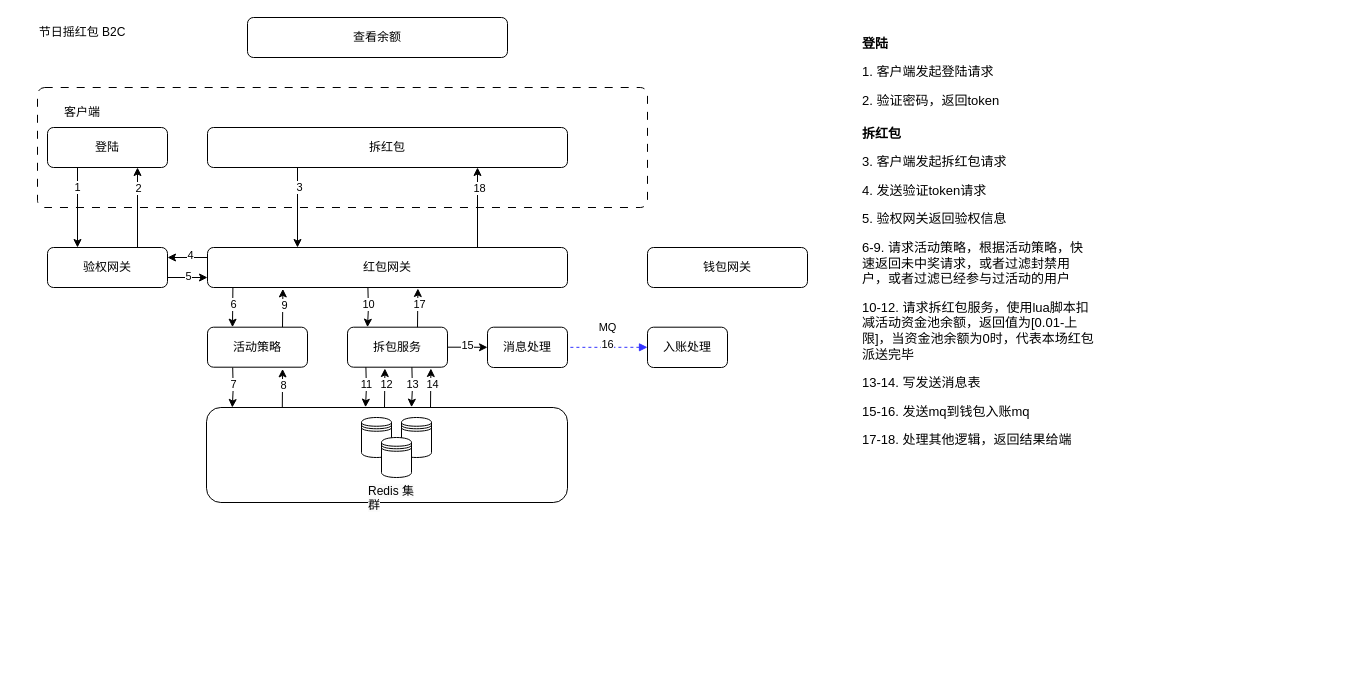
The draw.io diagram 抢红包系统设计.drawio in BacklitCat/Architecture, before the edit. Source tidied: cells renumbered, new cells numbered last; positions are measured from the earlier drawing's top-left corner, leaving out a move shared by most shapes. Both pictures are drawn from the tidied source at 100%, with x=0, y=0 at pixel (17, 17).
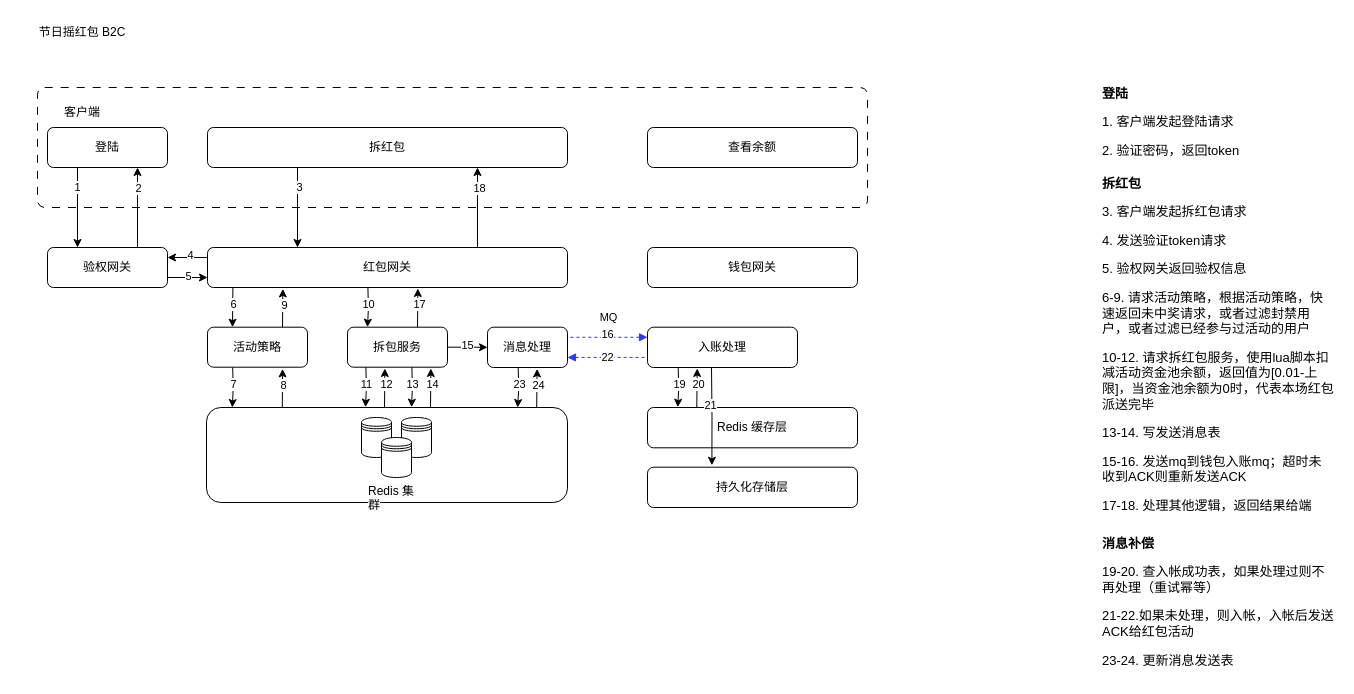
After the change.

Commit message (it also covers changes not shown here):
更新抢红包系统设计.drawio

Unchanged cells that the change refers to:
```xml
<mxCell id="59" value="消息处理" style="rounded=1;whiteSpace=wrap;html=1;" parent="1" vertex="1">
  <mxGeometry x="470" y="309.7" width="80" height="40.3" as="geometry" />
</mxCell>
```

The edit, as a diff of the source:
```diff
@@
     <mxCell id="2" style="rounded=1;whiteSpace=wrap;html=1;fillColor=none;arcSize=6;dashed=1;dashPattern=8 8;" parent="1" vertex="1">
-      <mxGeometry x="20" y="70" width="610" height="120" as="geometry" />
+      <mxGeometry x="20" y="70" width="830" height="120" as="geometry" />
     </mxCell>
@@
     <mxCell id="10" value="查看余额" style="rounded=1;whiteSpace=wrap;html=1;" parent="1" vertex="1">
-      <mxGeometry x="230" width="260" height="40" as="geometry" />
+      <mxGeometry x="630" y="110" width="210" height="40" as="geometry" />
     </mxCell>
@@
     <mxCell id="14" value="钱包网关" style="rounded=1;whiteSpace=wrap;html=1;" parent="1" vertex="1">
-      <mxGeometry x="630" y="230" width="160" height="40" as="geometry" />
+      <mxGeometry x="630" y="230" width="210" height="40" as="geometry" />
     </mxCell>
@@
     <mxCell id="26" value="&lt;h1 style=&quot;font-size: 13px;&quot;&gt;&lt;font style=&quot;font-size: 13px;&quot;&gt;登陆&lt;/font&gt;&lt;/h1&gt;&lt;p style=&quot;font-size: 13px;&quot;&gt;&lt;font style=&quot;font-size: 13px;&quot;&gt;1. 客户端发起登陆请求&lt;/font&gt;&lt;/p&gt;&lt;p style=&quot;font-size: 13px;&quot;&gt;&lt;font style=&quot;font-size: 13px;&quot;&gt;2.&amp;nbsp;&lt;/font&gt;&lt;span style=&quot;background-color: initial;&quot;&gt;验证密码，返回token&lt;/span&gt;&lt;/p&gt;" style="text;html=1;strokeColor=none;fillColor=none;spacing=5;spacingTop=-20;whiteSpace=wrap;overflow=hidden;rounded=0;" parent="1" vertex="1">
-      <mxGeometry x="840" y="20" width="220" height="80" as="geometry" />
+      <mxGeometry x="1080" y="70" width="220" height="80" as="geometry" />
     </mxCell>
-    <mxCell id="27" value="&lt;h1 style=&quot;font-size: 13px;&quot;&gt;&lt;font style=&quot;font-size: 13px;&quot;&gt;拆红包&lt;/font&gt;&lt;/h1&gt;&lt;p style=&quot;font-size: 13px;&quot;&gt;&lt;font style=&quot;font-size: 13px;&quot;&gt;3. 客户端发起拆红包请求&lt;/font&gt;&lt;/p&gt;&lt;p style=&quot;font-size: 13px;&quot;&gt;&lt;font style=&quot;font-size: 13px;&quot;&gt;4. 发送&lt;/font&gt;&lt;span style=&quot;background-color: initial;&quot;&gt;验证token请求&lt;/span&gt;&lt;/p&gt;&lt;p style=&quot;font-size: 13px;&quot;&gt;&lt;span style=&quot;background-color: initial;&quot;&gt;5. 验权网关返回验权信息&lt;/span&gt;&lt;/p&gt;&lt;p style=&quot;font-size: 13px;&quot;&gt;&lt;span style=&quot;background-color: initial;&quot;&gt;6-9. 请求活动策略，&lt;/span&gt;&lt;span style=&quot;background-color: initial;&quot;&gt;根据活动策略，快速返回未中奖请求，或者过滤封禁用户，或者过滤已经参与过活动的用户&lt;/span&gt;&lt;/p&gt;&lt;p style=&quot;font-size: 13px;&quot;&gt;&lt;span style=&quot;background-color: initial;&quot;&gt;10-12. 请求拆红包服务，使用lua脚本扣减活动资金池余额，返回值为[0.01-上限]，当资金池余额为0时，代表本场红包派送完毕&lt;/span&gt;&lt;/p&gt;&lt;p style=&quot;font-size: 13px;&quot;&gt;&lt;span style=&quot;background-color: initial;&quot;&gt;13-14. 写发送消息表&lt;/span&gt;&lt;/p&gt;&lt;p style=&quot;font-size: 13px;&quot;&gt;&lt;span style=&quot;background-color: initial;&quot;&gt;15-16. 发送mq到钱包入账mq&lt;/span&gt;&lt;/p&gt;&lt;p style=&quot;font-size: 13px;&quot;&gt;&lt;span style=&quot;background-color: initial;&quot;&gt;17-18. 处理其他逻辑，返回结果给端&lt;/span&gt;&lt;span style=&quot;background-color: initial;&quot;&gt;&amp;nbsp;&lt;/span&gt;&lt;/p&gt;" style="text;html=1;strokeColor=none;fillColor=none;spacing=5;spacingTop=-20;whiteSpace=wrap;overflow=hidden;rounded=0;" parent="1" vertex="1">
-      <mxGeometry x="840" y="110" width="240" height="330" as="geometry" />
+    <mxCell id="27" value="&lt;h1 style=&quot;font-size: 13px;&quot;&gt;&lt;font style=&quot;font-size: 13px;&quot;&gt;拆红包&lt;/font&gt;&lt;/h1&gt;&lt;p style=&quot;font-size: 13px;&quot;&gt;&lt;font style=&quot;font-size: 13px;&quot;&gt;3. 客户端发起拆红包请求&lt;/font&gt;&lt;/p&gt;&lt;p style=&quot;font-size: 13px;&quot;&gt;&lt;font style=&quot;font-size: 13px;&quot;&gt;4. 发送&lt;/font&gt;&lt;span style=&quot;background-color: initial;&quot;&gt;验证token请求&lt;/span&gt;&lt;/p&gt;&lt;p style=&quot;font-size: 13px;&quot;&gt;&lt;span style=&quot;background-color: initial;&quot;&gt;5. 验权网关返回验权信息&lt;/span&gt;&lt;/p&gt;&lt;p style=&quot;font-size: 13px;&quot;&gt;&lt;span style=&quot;background-color: initial;&quot;&gt;6-9. 请求活动策略，&lt;/span&gt;&lt;span style=&quot;background-color: initial;&quot;&gt;根据活动策略，快速返回未中奖请求，或者过滤封禁用户，或者过滤已经参与过活动的用户&lt;/span&gt;&lt;/p&gt;&lt;p style=&quot;font-size: 13px;&quot;&gt;&lt;span style=&quot;background-color: initial;&quot;&gt;10-12. 请求拆红包服务，使用lua脚本扣减活动资金池余额，返回值为[0.01-上限]，当资金池余额为0时，代表本场红包派送完毕&lt;/span&gt;&lt;/p&gt;&lt;p style=&quot;font-size: 13px;&quot;&gt;&lt;span style=&quot;background-color: initial;&quot;&gt;13-14. 写发送消息表&lt;/span&gt;&lt;/p&gt;&lt;p style=&quot;font-size: 13px;&quot;&gt;&lt;span style=&quot;background-color: initial;&quot;&gt;15-16. 发送mq到钱包入账mq；超时未收到ACK则重新发送ACK&lt;/span&gt;&lt;/p&gt;&lt;p style=&quot;font-size: 13px;&quot;&gt;&lt;span style=&quot;background-color: initial;&quot;&gt;17-18. 处理其他逻辑，返回结果给端&lt;/span&gt;&lt;span style=&quot;background-color: initial;&quot;&gt;&amp;nbsp;&lt;/span&gt;&lt;/p&gt;" style="text;html=1;strokeColor=none;fillColor=none;spacing=5;spacingTop=-20;whiteSpace=wrap;overflow=hidden;rounded=0;" parent="1" vertex="1">
+      <mxGeometry x="1080" y="160" width="240" height="350" as="geometry" />
     </mxCell>
@@
-    <mxCell id="51" style="edgeStyle=orthogonalEdgeStyle;rounded=0;jettySize=auto;html=1;startArrow=block;endArrow=none;endFill=0;dashed=1;strokeColor=#3333FF;entryX=1;entryY=0.5;entryDx=0;entryDy=0;" parent="1" edge="1" source="54" target="59">
+    <mxCell id="51" style="edgeStyle=orthogonalEdgeStyle;rounded=0;jettySize=auto;html=1;startArrow=block;endArrow=none;endFill=0;dashed=1;strokeColor=#3333FF;entryX=1;entryY=0.25;entryDx=0;entryDy=0;exitX=0;exitY=0.25;exitDx=0;exitDy=0;" parent="1" edge="1" source="54" target="59">
       <mxGeometry relative="1" as="geometry" />
     </mxCell>
@@
     <mxCell id="54" value="入账处理" style="rounded=1;whiteSpace=wrap;html=1;" parent="1" vertex="1">
-      <mxGeometry x="630" y="309.7" width="80" height="40.3" as="geometry" />
+      <mxGeometry x="630" y="309.7" width="150" height="40.3" as="geometry" />
     </mxCell>
@@
+    <mxCell id="60" style="edgeStyle=orthogonalEdgeStyle;rounded=0;jettySize=auto;html=1;startArrow=block;endArrow=none;endFill=0;dashed=1;strokeColor=#3333FF;entryX=0;entryY=0.75;entryDx=0;entryDy=0;exitX=1;exitY=0.75;exitDx=0;exitDy=0;" parent="1" edge="1" source="59" target="54">
+      <mxGeometry relative="1" as="geometry" />
+    </mxCell>
+    <mxCell id="61" value="22" style="edgeLabel;html=1;align=center;verticalAlign=middle;" parent="60" vertex="1">
+      <mxGeometry x="-0.07" y="-3" relative="1" as="geometry">
+        <mxPoint x="2" y="-3" as="offset" />
+      </mxGeometry>
+    </mxCell>
+    <mxCell id="62" style="edgeStyle=orthogonalEdgeStyle;rounded=0;orthogonalLoop=1;jettySize=auto;html=1;exitX=0.75;exitY=0;exitDx=0;exitDy=0;entryX=0.314;entryY=1.042;entryDx=0;entryDy=0;entryPerimeter=0;" parent="1" edge="1">
+      <mxGeometry relative="1" as="geometry">
+        <mxPoint x="679.3" y="389.7" as="sourcePoint" />
+        <mxPoint x="679.7" y="351" as="targetPoint" />
+      </mxGeometry>
+    </mxCell>
+    <mxCell id="63" value="20" style="edgeLabel;html=1;align=center;verticalAlign=middle;" parent="62" vertex="1">
+      <mxGeometry x="0.17" y="-1" relative="1" as="geometry" />
+    </mxCell>
+    <mxCell id="64" style="edgeStyle=orthogonalEdgeStyle;rounded=0;orthogonalLoop=1;jettySize=auto;html=1;exitX=0.106;exitY=1.008;exitDx=0;exitDy=0;entryX=0.25;entryY=0;entryDx=0;entryDy=0;exitPerimeter=0;" parent="1" edge="1">
+      <mxGeometry relative="1" as="geometry">
+        <mxPoint x="660.7" y="349.7" as="sourcePoint" />
+        <mxPoint x="660.3" y="389.7" as="targetPoint" />
+      </mxGeometry>
+    </mxCell>
+    <mxCell id="65" value="19" style="edgeLabel;html=1;align=center;verticalAlign=middle;" parent="64" vertex="1">
+      <mxGeometry x="-0.16" relative="1" as="geometry" />
+    </mxCell>
+    <mxCell id="66" value="&lt;h1 style=&quot;font-size: 13px;&quot;&gt;消息补偿&lt;/h1&gt;&lt;p style=&quot;font-size: 13px;&quot;&gt;&lt;span style=&quot;background-color: initial;&quot;&gt;19-20. 查入帐成功表，如果处理过则不再处理（重试幂等）&lt;/span&gt;&lt;br&gt;&lt;/p&gt;&lt;p style=&quot;font-size: 13px;&quot;&gt;21-&lt;span style=&quot;background-color: initial;&quot;&gt;22.如果未处理，则入帐，入帐后发送ACK给红包活动&lt;/span&gt;&lt;/p&gt;&lt;p style=&quot;font-size: 13px;&quot;&gt;&lt;span style=&quot;background-color: initial;&quot;&gt;23-24. 更新消息发送表&lt;/span&gt;&lt;/p&gt;" style="text;html=1;strokeColor=none;fillColor=none;spacing=5;spacingTop=-20;whiteSpace=wrap;overflow=hidden;rounded=0;" parent="1" vertex="1">
+      <mxGeometry x="1080" y="520" width="240" height="140" as="geometry" />
+    </mxCell>
+    <mxCell id="67" style="edgeStyle=orthogonalEdgeStyle;rounded=0;orthogonalLoop=1;jettySize=auto;html=1;exitX=0.75;exitY=0;exitDx=0;exitDy=0;entryX=0.314;entryY=1.042;entryDx=0;entryDy=0;entryPerimeter=0;" parent="1" edge="1">
+      <mxGeometry relative="1" as="geometry">
+        <mxPoint x="519.2" y="390" as="sourcePoint" />
+        <mxPoint x="519.6" y="351.4" as="targetPoint" />
+      </mxGeometry>
+    </mxCell>
+    <mxCell id="68" value="24" style="edgeLabel;html=1;align=center;verticalAlign=middle;" parent="67" vertex="1">
+      <mxGeometry x="0.17" y="-1" relative="1" as="geometry" />
+    </mxCell>
+    <mxCell id="69" style="edgeStyle=orthogonalEdgeStyle;rounded=0;orthogonalLoop=1;jettySize=auto;html=1;exitX=0.106;exitY=1.008;exitDx=0;exitDy=0;entryX=0.25;entryY=0;entryDx=0;entryDy=0;exitPerimeter=0;" parent="1" edge="1">
+      <mxGeometry relative="1" as="geometry">
+        <mxPoint x="500.7" y="350" as="sourcePoint" />
+        <mxPoint x="500.2" y="390" as="targetPoint" />
+      </mxGeometry>
+    </mxCell>
+    <mxCell id="70" value="23" style="edgeLabel;html=1;align=center;verticalAlign=middle;" parent="69" vertex="1">
+      <mxGeometry x="-0.16" relative="1" as="geometry" />
+    </mxCell>
+    <mxCell id="71" value="Redis 缓存层" style="rounded=1;whiteSpace=wrap;html=1;" parent="1" vertex="1">
+      <mxGeometry x="630" y="390" width="210" height="40.3" as="geometry" />
+    </mxCell>
+    <mxCell id="72" value="持久化存储层" style="rounded=1;whiteSpace=wrap;html=1;" parent="1" vertex="1">
+      <mxGeometry x="630" y="449.7" width="210" height="40.3" as="geometry" />
+    </mxCell>
+    <mxCell id="73" style="edgeStyle=orthogonalEdgeStyle;rounded=0;orthogonalLoop=1;jettySize=auto;html=1;exitX=0.5;exitY=1;exitDx=0;exitDy=0;entryX=0.359;entryY=-0.038;entryDx=0;entryDy=0;entryPerimeter=0;" parent="1" edge="1">
+      <mxGeometry relative="1" as="geometry">
+        <mxPoint x="694" y="349.7" as="sourcePoint" />
+        <mxPoint x="694.4" y="447.8" as="targetPoint" />
+      </mxGeometry>
+    </mxCell>
+    <mxCell id="74" value="21" style="edgeLabel;html=1;align=center;verticalAlign=middle;" parent="73" vertex="1">
+      <mxGeometry x="-0.22" y="-2" relative="1" as="geometry" />
+    </mxCell>
```
